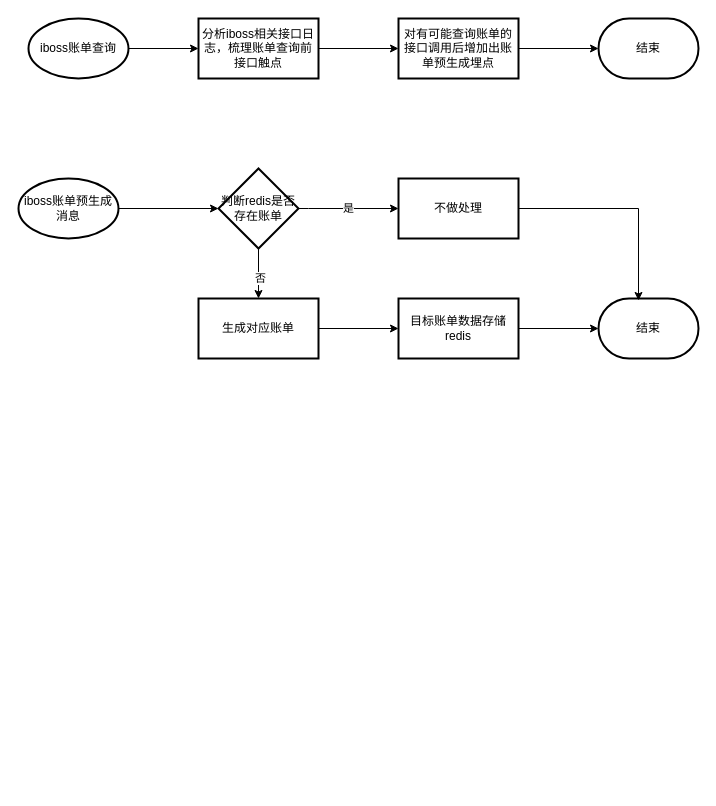
Earlier version of the draw.io diagram 账单查询性能优化.drawio (315944211/doc). Source tidied: cells renumbered, new cells numbered last; positions are measured from the earlier drawing's top-left corner, leaving out a move shared by most shapes. Both pictures are drawn from the tidied source at 100%, with x=0, y=0 at pixel (18, 18).
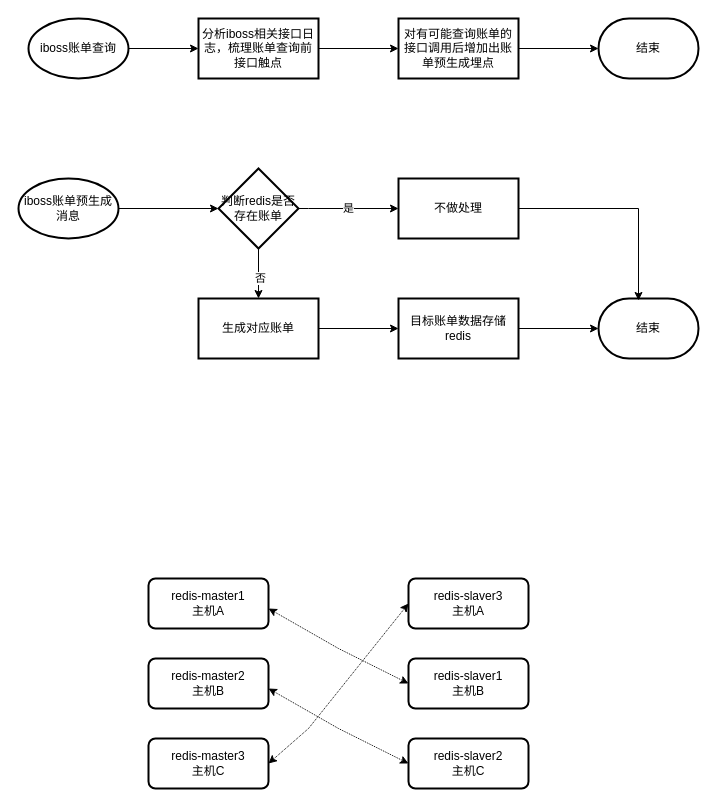
Above is the later version.

Commit message (it also covers changes not shown here):
更新账单查询性能优化.drawio

Change to the diagram source:
```diff
@@
+    <mxCell id="22" value="redis-master1&lt;br&gt;主机A" style="rounded=1;whiteSpace=wrap;html=1;absoluteArcSize=1;arcSize=14;strokeWidth=2;" parent="1" vertex="1">
+      <mxGeometry x="130" y="560" width="120" height="50" as="geometry" />
+    </mxCell>
+    <mxCell id="23" value="redis-master2&lt;br&gt;主机B" style="rounded=1;whiteSpace=wrap;html=1;absoluteArcSize=1;arcSize=14;strokeWidth=2;" parent="1" vertex="1">
+      <mxGeometry x="130" y="640" width="120" height="50" as="geometry" />
+    </mxCell>
+    <mxCell id="24" value="redis-master3&lt;br&gt;主机C" style="rounded=1;whiteSpace=wrap;html=1;absoluteArcSize=1;arcSize=14;strokeWidth=2;" parent="1" vertex="1">
+      <mxGeometry x="130" y="720" width="120" height="50" as="geometry" />
+    </mxCell>
+    <mxCell id="25" value="redis-slaver1&lt;br&gt;主机B" style="rounded=1;whiteSpace=wrap;html=1;absoluteArcSize=1;arcSize=14;strokeWidth=2;" parent="1" vertex="1">
+      <mxGeometry x="390" y="640" width="120" height="50" as="geometry" />
+    </mxCell>
+    <mxCell id="26" value="redis-slaver2&lt;br&gt;主机C" style="rounded=1;whiteSpace=wrap;html=1;absoluteArcSize=1;arcSize=14;strokeWidth=2;" parent="1" vertex="1">
+      <mxGeometry x="390" y="720" width="120" height="50" as="geometry" />
+    </mxCell>
+    <mxCell id="27" value="redis-slaver3&lt;br&gt;主机A" style="rounded=1;whiteSpace=wrap;html=1;absoluteArcSize=1;arcSize=14;strokeWidth=2;" parent="1" vertex="1">
+      <mxGeometry x="390" y="560" width="120" height="50" as="geometry" />
+    </mxCell>
+    <mxCell id="28" style="endArrow=classic;startArrow=classic;html=1;rounded=0;entryX=0;entryY=0.5;entryDx=0;entryDy=0;dashed=1;dashPattern=1 1;" parent="1" edge="1" target="25">
+      <mxGeometry relative="1" as="geometry">
+        <mxPoint x="250" y="590" as="sourcePoint" />
+        <Array as="points">
+          <mxPoint x="320" y="630" />
+        </Array>
+      </mxGeometry>
+    </mxCell>
+    <mxCell id="29" style="endArrow=classic;startArrow=classic;html=1;rounded=0;entryX=0;entryY=0.5;entryDx=0;entryDy=0;dashed=1;dashPattern=1 1;" parent="1" edge="1">
+      <mxGeometry relative="1" as="geometry">
+        <mxPoint x="250" y="670" as="sourcePoint" />
+        <mxPoint x="390" y="745" as="targetPoint" />
+        <Array as="points">
+          <mxPoint x="320" y="710" />
+        </Array>
+      </mxGeometry>
+    </mxCell>
+    <mxCell id="30" style="endArrow=classic;startArrow=classic;html=1;rounded=0;entryX=0;entryY=0.5;entryDx=0;entryDy=0;dashed=1;dashPattern=1 1;exitX=1;exitY=0.5;exitDx=0;exitDy=0;" parent="1" edge="1" source="24" target="27">
+      <mxGeometry relative="1" as="geometry">
+        <Array as="points">
+          <mxPoint x="290" y="710" />
+        </Array>
+      </mxGeometry>
+    </mxCell>
```
